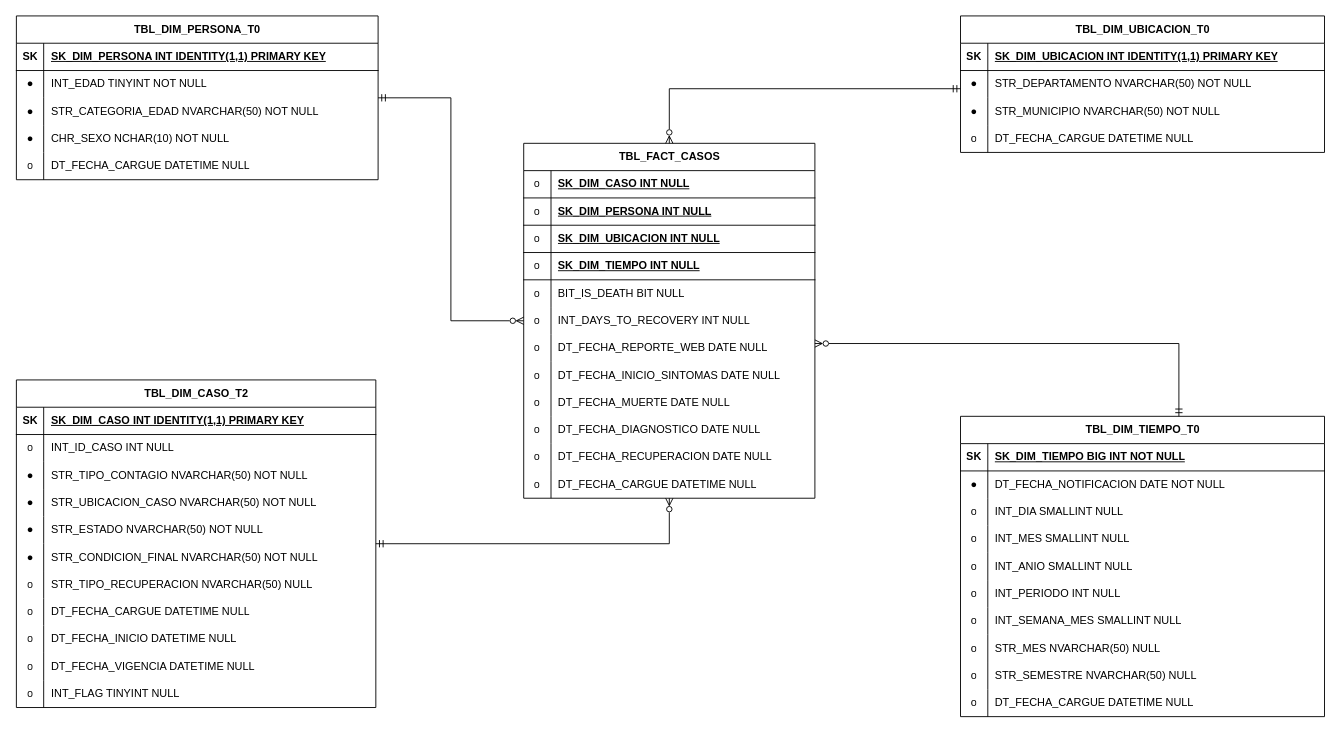
Before: DISENO/DIAGRAMA/ETL_COVID_19_COL_MODELO_ESTRELLA_FISICO.drawio in danieltorrez29/ETL_COVID_19_COLOMBIA, a draw.io diagram. Source tidied: cells renumbered, new cells numbered last; positions are measured from the earlier drawing's top-left corner, leaving out a move shared by most shapes. Both pictures are drawn from the tidied source at 91%, with x=0, y=0 at pixel (15, 15).
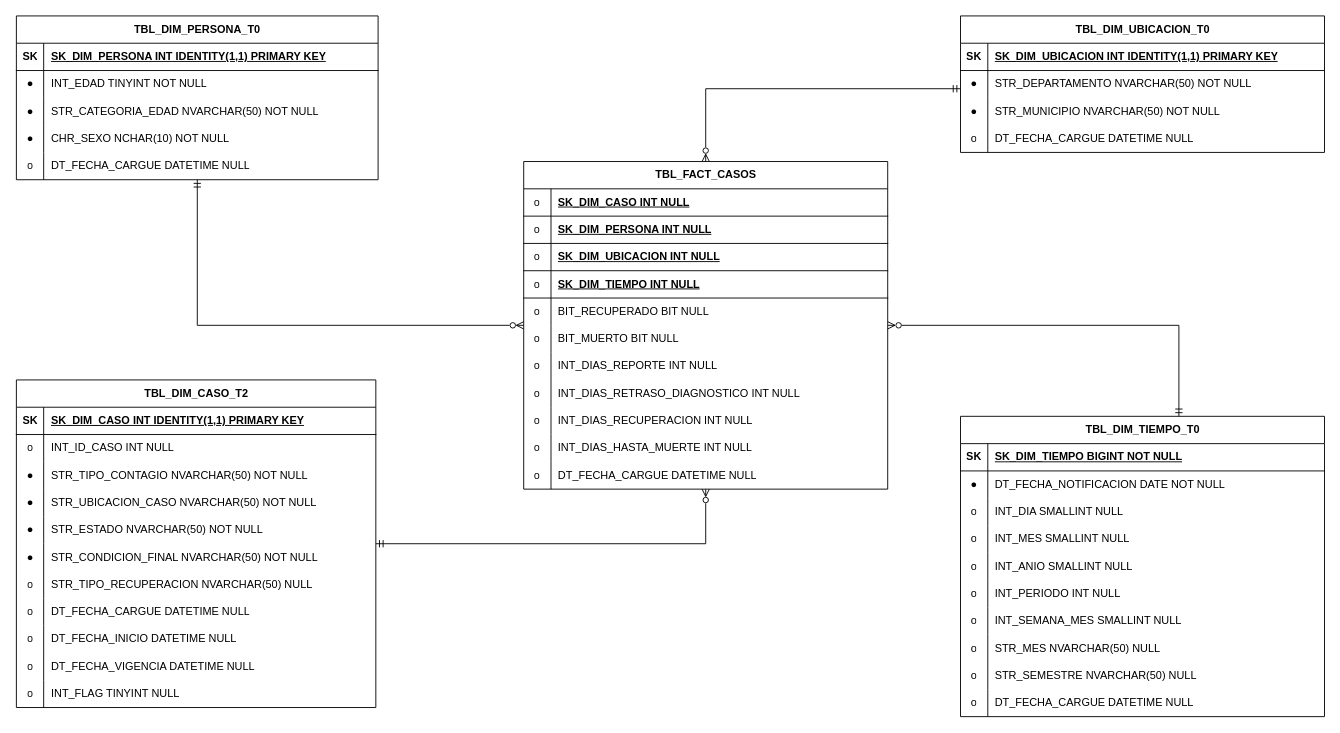
The same diagram, later.

The change refers to these unchanged cells:
```xml
<mxCell id="2" value="TBL_DIM_TIEMPO_T0" style="shape=table;startSize=30;childLayout=tableLayout;rowLines=0;fontStyle=1;align=center;html=1;" parent="1" vertex="1">
  <mxGeometry x="1038" y="440" width="400" height="330" as="geometry" />
</mxCell>
<mxCell id="3" style="shape=tableRow;horizontal=0;startSize=0;swimlaneHead=0;swimlaneBody=0;fillColor=none;top=0;left=0;right=0;bottom=1;" parent="2" vertex="1">
  <mxGeometry y="30" width="400" height="30" as="geometry" />
</mxCell>
<mxCell id="33" value="TBL_DIM_UBICACION_T0" style="shape=table;startSize=30;childLayout=tableLayout;rowLines=0;fontStyle=1;align=center;html=1;" parent="1" vertex="1">
  <mxGeometry x="1038" width="400" height="150" as="geometry" />
</mxCell>
<mxCell id="47" value="TBL_DIM_PERSONA_T0" style="shape=table;startSize=30;childLayout=tableLayout;rowLines=0;fontStyle=1;align=center;html=1;" parent="1" vertex="1">
  <mxGeometry x="0.5" width="397.5" height="180" as="geometry" />
</mxCell>
<mxCell id="63" value="TBL_DIM_CASO_T2" style="shape=table;startSize=30;childLayout=tableLayout;rowLines=0;fontStyle=1;align=center;html=1;" parent="1" vertex="1">
  <mxGeometry x="0.5" y="400" width="395" height="360" as="geometry" />
</mxCell>
```

What changed in the source:
```diff
@@
-    <mxCell id="5" value="SK_DIM_TIEMPO BIG INT NOT NULL" style="shape=partialRectangle;fillColor=none;top=0;left=0;bottom=0;right=0;align=left;spacingLeft=6;fontStyle=5;overflow=hidden;whiteSpace=wrap;html=1;" parent="3" vertex="1">
+    <mxCell id="5" value="SK_DIM_TIEMPO BIGINT NOT NULL" style="shape=partialRectangle;fillColor=none;top=0;left=0;bottom=0;right=0;align=left;spacingLeft=6;fontStyle=5;overflow=hidden;whiteSpace=wrap;html=1;" parent="3" vertex="1">
       <mxGeometry x="30" width="370" height="30" as="geometry" />
     </mxCell>
@@
     <mxCell id="46" style="edgeStyle=orthogonalEdgeStyle;rounded=0;jettySize=auto;html=1;startArrow=ERmandOne;startFill=0;endArrow=ERzeroToMany;endFill=0;" parent="1" edge="1" source="47" target="97">
-      <mxGeometry relative="1" as="geometry" />
+      <mxGeometry relative="1" as="geometry">
+        <Array as="points">
+          <mxPoint x="199" y="340" />
+        </Array>
+      </mxGeometry>
     </mxCell>
@@
     <mxCell id="97" value="TBL_FACT_CASOS" style="shape=table;startSize=30;childLayout=tableLayout;rowLines=0;fontStyle=1;align=center;html=1;" parent="1" vertex="1">
-      <mxGeometry x="558" y="140" width="320" height="390" as="geometry" />
+      <mxGeometry x="558" y="160" width="400" height="360" as="geometry" />
     </mxCell>
     <mxCell id="98" style="shape=tableRow;horizontal=0;startSize=0;swimlaneHead=0;swimlaneBody=0;fillColor=none;top=0;left=0;right=0;bottom=1;" parent="97" vertex="1">
-      <mxGeometry y="30" width="320" height="30" as="geometry" />
+      <mxGeometry y="30" width="400" height="30" as="geometry" />
     </mxCell>
@@
     <mxCell id="100" value="SK_DIM_CASO INT NULL" style="shape=partialRectangle;fillColor=none;top=0;left=0;bottom=0;right=0;align=left;spacingLeft=6;fontStyle=5;overflow=hidden;whiteSpace=wrap;html=1;" parent="98" vertex="1">
-      <mxGeometry x="30" width="290" height="30" as="geometry" />
+      <mxGeometry x="30" width="370" height="30" as="geometry" />
     </mxCell>
     <mxCell id="101" style="shape=tableRow;horizontal=0;startSize=0;swimlaneHead=0;swimlaneBody=0;fillColor=none;top=0;left=0;right=0;bottom=1;" parent="97" vertex="1">
-      <mxGeometry y="60" width="320" height="30" as="geometry" />
+      <mxGeometry y="60" width="400" height="30" as="geometry" />
     </mxCell>
@@
     <mxCell id="103" value="SK_DIM_PERSONA INT NULL" style="shape=partialRectangle;fillColor=none;top=0;left=0;bottom=0;right=0;align=left;spacingLeft=6;fontStyle=5;overflow=hidden;whiteSpace=wrap;html=1;" parent="101" vertex="1">
-      <mxGeometry x="30" width="290" height="30" as="geometry" />
+      <mxGeometry x="30" width="370" height="30" as="geometry" />
     </mxCell>
     <mxCell id="104" style="shape=tableRow;horizontal=0;startSize=0;swimlaneHead=0;swimlaneBody=0;fillColor=none;top=0;left=0;right=0;bottom=1;" parent="97" vertex="1">
-      <mxGeometry y="90" width="320" height="30" as="geometry" />
+      <mxGeometry y="90" width="400" height="30" as="geometry" />
     </mxCell>
@@
     <mxCell id="106" value="SK_DIM_UBICACION INT NULL" style="shape=partialRectangle;fillColor=none;top=0;left=0;bottom=0;right=0;align=left;spacingLeft=6;fontStyle=5;overflow=hidden;whiteSpace=wrap;html=1;" parent="104" vertex="1">
-      <mxGeometry x="30" width="290" height="30" as="geometry" />
+      <mxGeometry x="30" width="370" height="30" as="geometry" />
     </mxCell>
     <mxCell id="107" style="shape=tableRow;horizontal=0;startSize=0;swimlaneHead=0;swimlaneBody=0;fillColor=none;top=0;left=0;right=0;bottom=1;" parent="97" vertex="1">
-      <mxGeometry y="120" width="320" height="30" as="geometry" />
+      <mxGeometry y="120" width="400" height="30" as="geometry" />
     </mxCell>
@@
     <mxCell id="109" value="SK_DIM_TIEMPO INT NULL" style="shape=partialRectangle;fillColor=none;top=0;left=0;bottom=0;right=0;align=left;spacingLeft=6;fontStyle=5;overflow=hidden;whiteSpace=wrap;html=1;" parent="107" vertex="1">
-      <mxGeometry x="30" width="290" height="30" as="geometry" />
+      <mxGeometry x="30" width="370" height="30" as="geometry" />
     </mxCell>
     <mxCell id="110" style="shape=tableRow;horizontal=0;startSize=0;swimlaneHead=0;swimlaneBody=0;fillColor=none;top=0;left=0;right=0;bottom=0;" parent="97" vertex="1">
-      <mxGeometry y="150" width="320" height="30" as="geometry" />
+      <mxGeometry y="150" width="400" height="30" as="geometry" />
     </mxCell>
@@
-    <mxCell id="112" value="BIT_IS_DEATH BIT NULL" style="shape=partialRectangle;fillColor=none;top=0;left=0;bottom=0;right=0;align=left;spacingLeft=6;overflow=hidden;whiteSpace=wrap;html=1;" parent="110" vertex="1">
-      <mxGeometry x="30" width="290" height="30" as="geometry" />
+    <mxCell id="112" value="BIT_RECUPERADO BIT NULL" style="shape=partialRectangle;fillColor=none;top=0;left=0;bottom=0;right=0;align=left;spacingLeft=6;overflow=hidden;whiteSpace=wrap;html=1;" parent="110" vertex="1">
+      <mxGeometry x="30" width="370" height="30" as="geometry" />
     </mxCell>
+    <mxCell id="137" style="shape=tableRow;horizontal=0;startSize=0;swimlaneHead=0;swimlaneBody=0;fillColor=none;top=0;left=0;right=0;bottom=0;" parent="97" vertex="1">
+      <mxGeometry y="180" width="400" height="30" as="geometry" />
+    </mxCell>
+    <mxCell id="138" value="o" style="shape=partialRectangle;fillColor=none;top=0;left=0;bottom=0;right=0;overflow=hidden;whiteSpace=wrap;html=1;" parent="137" vertex="1">
+      <mxGeometry width="30" height="30" as="geometry" />
+    </mxCell>
+    <mxCell id="139" value="BIT_MUERTO BIT NULL" style="shape=partialRectangle;fillColor=none;top=0;left=0;bottom=0;right=0;align=left;spacingLeft=6;overflow=hidden;whiteSpace=wrap;html=1;" parent="137" vertex="1">
+      <mxGeometry x="30" width="370" height="30" as="geometry" />
+    </mxCell>
+    <mxCell id="140" style="shape=tableRow;horizontal=0;startSize=0;swimlaneHead=0;swimlaneBody=0;fillColor=none;top=0;left=0;right=0;bottom=0;" parent="97" vertex="1">
+      <mxGeometry y="210" width="400" height="30" as="geometry" />
+    </mxCell>
+    <mxCell id="141" value="o" style="shape=partialRectangle;fillColor=none;top=0;left=0;bottom=0;right=0;overflow=hidden;whiteSpace=wrap;html=1;" parent="140" vertex="1">
+      <mxGeometry width="30" height="30" as="geometry" />
+    </mxCell>
+    <mxCell id="142" value="INT_DIAS_REPORTE INT NULL" style="shape=partialRectangle;fillColor=none;top=0;left=0;bottom=0;right=0;align=left;spacingLeft=6;overflow=hidden;whiteSpace=wrap;html=1;" parent="140" vertex="1">
+      <mxGeometry x="30" width="370" height="30" as="geometry" />
+    </mxCell>
     <mxCell id="113" style="shape=tableRow;horizontal=0;startSize=0;swimlaneHead=0;swimlaneBody=0;fillColor=none;top=0;left=0;right=0;bottom=0;" parent="97" vertex="1">
-      <mxGeometry y="180" width="320" height="30" as="geometry" />
+      <mxGeometry y="240" width="400" height="30" as="geometry" />
     </mxCell>
@@
-    <mxCell id="115" value="INT_DAYS_TO_RECOVERY INT NULL" style="shape=partialRectangle;fillColor=none;top=0;left=0;bottom=0;right=0;align=left;spacingLeft=6;overflow=hidden;whiteSpace=wrap;html=1;" parent="113" vertex="1">
-      <mxGeometry x="30" width="290" height="30" as="geometry" />
+    <mxCell id="115" value="INT_DIAS_RETRASO_DIAGNOSTICO INT NULL" style="shape=partialRectangle;fillColor=none;top=0;left=0;bottom=0;right=0;align=left;spacingLeft=6;overflow=hidden;whiteSpace=wrap;html=1;" parent="113" vertex="1">
+      <mxGeometry x="30" width="370" height="30" as="geometry" />
     </mxCell>
-    <mxCell id="116" style="shape=tableRow;horizontal=0;startSize=0;swimlaneHead=0;swimlaneBody=0;fillColor=none;top=0;left=0;right=0;bottom=0;" parent="97" vertex="1">
-      <mxGeometry y="210" width="320" height="30" as="geometry" />
-    </mxCell>
-    <mxCell id="117" value="o" style="shape=partialRectangle;fillColor=none;top=0;left=0;bottom=0;right=0;overflow=hidden;whiteSpace=wrap;html=1;" parent="116" vertex="1">
-      <mxGeometry width="30" height="30" as="geometry" />
-    </mxCell>
-    <mxCell id="118" value="DT_FECHA_REPORTE_WEB DATE NULL" style="shape=partialRectangle;fillColor=none;top=0;left=0;bottom=0;right=0;align=left;spacingLeft=6;overflow=hidden;whiteSpace=wrap;html=1;" parent="116" vertex="1">
-      <mxGeometry x="30" width="290" height="30" as="geometry" />
-    </mxCell>
-    <mxCell id="119" style="shape=tableRow;horizontal=0;startSize=0;swimlaneHead=0;swimlaneBody=0;fillColor=none;top=0;left=0;right=0;bottom=0;" parent="97" vertex="1">
-      <mxGeometry y="240" width="320" height="30" as="geometry" />
-    </mxCell>
-    <mxCell id="120" value="o" style="shape=partialRectangle;fillColor=none;top=0;left=0;bottom=0;right=0;overflow=hidden;whiteSpace=wrap;html=1;" parent="119" vertex="1">
-      <mxGeometry width="30" height="30" as="geometry" />
-    </mxCell>
-    <mxCell id="121" value="DT_FECHA_INICIO_SINTOMAS DATE NULL" style="shape=partialRectangle;fillColor=none;top=0;left=0;bottom=0;right=0;align=left;spacingLeft=6;overflow=hidden;whiteSpace=wrap;html=1;" parent="119" vertex="1">
-      <mxGeometry x="30" width="290" height="30" as="geometry" />
-    </mxCell>
-    <mxCell id="122" style="shape=tableRow;horizontal=0;startSize=0;swimlaneHead=0;swimlaneBody=0;fillColor=none;top=0;left=0;right=0;bottom=0;" parent="97" vertex="1">
-      <mxGeometry y="270" width="320" height="30" as="geometry" />
-    </mxCell>
-    <mxCell id="123" value="o" style="shape=partialRectangle;fillColor=none;top=0;left=0;bottom=0;right=0;overflow=hidden;whiteSpace=wrap;html=1;" parent="122" vertex="1">
-      <mxGeometry width="30" height="30" as="geometry" />
-    </mxCell>
-    <mxCell id="124" value="DT_FECHA_MUERTE DATE&amp;nbsp;NULL" style="shape=partialRectangle;fillColor=none;top=0;left=0;bottom=0;right=0;align=left;spacingLeft=6;overflow=hidden;whiteSpace=wrap;html=1;" parent="122" vertex="1">
-      <mxGeometry x="30" width="290" height="30" as="geometry" />
-    </mxCell>
-    <mxCell id="125" style="shape=tableRow;horizontal=0;startSize=0;swimlaneHead=0;swimlaneBody=0;fillColor=none;top=0;left=0;right=0;bottom=0;" parent="97" vertex="1">
-      <mxGeometry y="300" width="320" height="30" as="geometry" />
-    </mxCell>
-    <mxCell id="126" value="o" style="shape=partialRectangle;fillColor=none;top=0;left=0;bottom=0;right=0;overflow=hidden;whiteSpace=wrap;html=1;" parent="125" vertex="1">
-      <mxGeometry width="30" height="30" as="geometry" />
-    </mxCell>
-    <mxCell id="127" value="DT_FECHA_DIAGNOSTICO DATE NULL" style="shape=partialRectangle;fillColor=none;top=0;left=0;bottom=0;right=0;align=left;spacingLeft=6;overflow=hidden;whiteSpace=wrap;html=1;" parent="125" vertex="1">
-      <mxGeometry x="30" width="290" height="30" as="geometry" />
-    </mxCell>
-    <mxCell id="128" style="shape=tableRow;horizontal=0;startSize=0;swimlaneHead=0;swimlaneBody=0;fillColor=none;top=0;left=0;right=0;bottom=0;" parent="97" vertex="1">
-      <mxGeometry y="330" width="320" height="30" as="geometry" />
-    </mxCell>
-    <mxCell id="129" value="o" style="shape=partialRectangle;fillColor=none;top=0;left=0;bottom=0;right=0;overflow=hidden;whiteSpace=wrap;html=1;" parent="128" vertex="1">
-      <mxGeometry width="30" height="30" as="geometry" />
-    </mxCell>
-    <mxCell id="130" value="DT_FECHA_RECUPERACION DATE NULL" style="shape=partialRectangle;fillColor=none;top=0;left=0;bottom=0;right=0;align=left;spacingLeft=6;overflow=hidden;whiteSpace=wrap;html=1;" parent="128" vertex="1">
-      <mxGeometry x="30" width="290" height="30" as="geometry" />
-    </mxCell>
+    <mxCell id="143" style="shape=tableRow;horizontal=0;startSize=0;swimlaneHead=0;swimlaneBody=0;fillColor=none;top=0;left=0;right=0;bottom=0;" parent="97" vertex="1">
+      <mxGeometry y="270" width="400" height="30" as="geometry" />
+    </mxCell>
+    <mxCell id="144" value="o" style="shape=partialRectangle;fillColor=none;top=0;left=0;bottom=0;right=0;overflow=hidden;whiteSpace=wrap;html=1;" parent="143" vertex="1">
+      <mxGeometry width="30" height="30" as="geometry" />
+    </mxCell>
+    <mxCell id="145" value="INT_DIAS_RECUPERACION INT NULL" style="shape=partialRectangle;fillColor=none;top=0;left=0;bottom=0;right=0;align=left;spacingLeft=6;overflow=hidden;whiteSpace=wrap;html=1;" parent="143" vertex="1">
+      <mxGeometry x="30" width="370" height="30" as="geometry" />
+    </mxCell>
+    <mxCell id="146" style="shape=tableRow;horizontal=0;startSize=0;swimlaneHead=0;swimlaneBody=0;fillColor=none;top=0;left=0;right=0;bottom=0;" parent="97" vertex="1">
+      <mxGeometry y="300" width="400" height="30" as="geometry" />
+    </mxCell>
+    <mxCell id="147" value="o" style="shape=partialRectangle;fillColor=none;top=0;left=0;bottom=0;right=0;overflow=hidden;whiteSpace=wrap;html=1;" parent="146" vertex="1">
+      <mxGeometry width="30" height="30" as="geometry" />
+    </mxCell>
+    <mxCell id="148" value="INT_DIAS_HASTA_MUERTE INT NULL" style="shape=partialRectangle;fillColor=none;top=0;left=0;bottom=0;right=0;align=left;spacingLeft=6;overflow=hidden;whiteSpace=wrap;html=1;" parent="146" vertex="1">
+      <mxGeometry x="30" width="370" height="30" as="geometry" />
+    </mxCell>
     <mxCell id="131" style="shape=tableRow;horizontal=0;startSize=0;swimlaneHead=0;swimlaneBody=0;fillColor=none;top=0;left=0;right=0;bottom=0;" parent="97" vertex="1">
-      <mxGeometry y="360" width="320" height="30" as="geometry" />
+      <mxGeometry y="330" width="400" height="30" as="geometry" />
     </mxCell>
@@
     <mxCell id="133" value="DT_FECHA_CARGUE DATETIME NULL" style="shape=partialRectangle;fillColor=none;top=0;left=0;bottom=0;right=0;align=left;spacingLeft=6;overflow=hidden;whiteSpace=wrap;html=1;" parent="131" vertex="1">
-      <mxGeometry x="30" width="290" height="30" as="geometry" />
+      <mxGeometry x="30" width="370" height="30" as="geometry" />
     </mxCell>
     <mxCell id="134" style="edgeStyle=orthogonalEdgeStyle;rounded=0;jettySize=auto;html=1;startArrow=ERmandOne;startFill=0;endArrow=ERzeroToMany;endFill=0;" parent="1" edge="1" source="63" target="97">
       <mxGeometry relative="1" as="geometry">
         <Array as="points">
-          <mxPoint x="718" y="580" />
+          <mxPoint x="758" y="580" />
         </Array>
       </mxGeometry>
     </mxCell>
     <mxCell id="135" style="edgeStyle=orthogonalEdgeStyle;rounded=0;jettySize=auto;html=1;startArrow=ERmandOne;startFill=0;endArrow=ERzeroToMany;endFill=0;" parent="1" edge="1" source="2" target="97">
       <mxGeometry relative="1" as="geometry">
         <Array as="points">
-          <mxPoint x="1278" y="360" />
+          <mxPoint x="1278" y="340" />
         </Array>
       </mxGeometry>
     </mxCell>
     <mxCell id="136" style="edgeStyle=orthogonalEdgeStyle;rounded=0;jettySize=auto;html=1;startArrow=ERmandOne;startFill=0;endArrow=ERzeroToMany;endFill=0;" parent="1" edge="1" source="33" target="97">
       <mxGeometry relative="1" as="geometry">
         <Array as="points">
-          <mxPoint x="718" y="80" />
+          <mxPoint x="758" y="80" />
         </Array>
       </mxGeometry>
     </mxCell>
```
